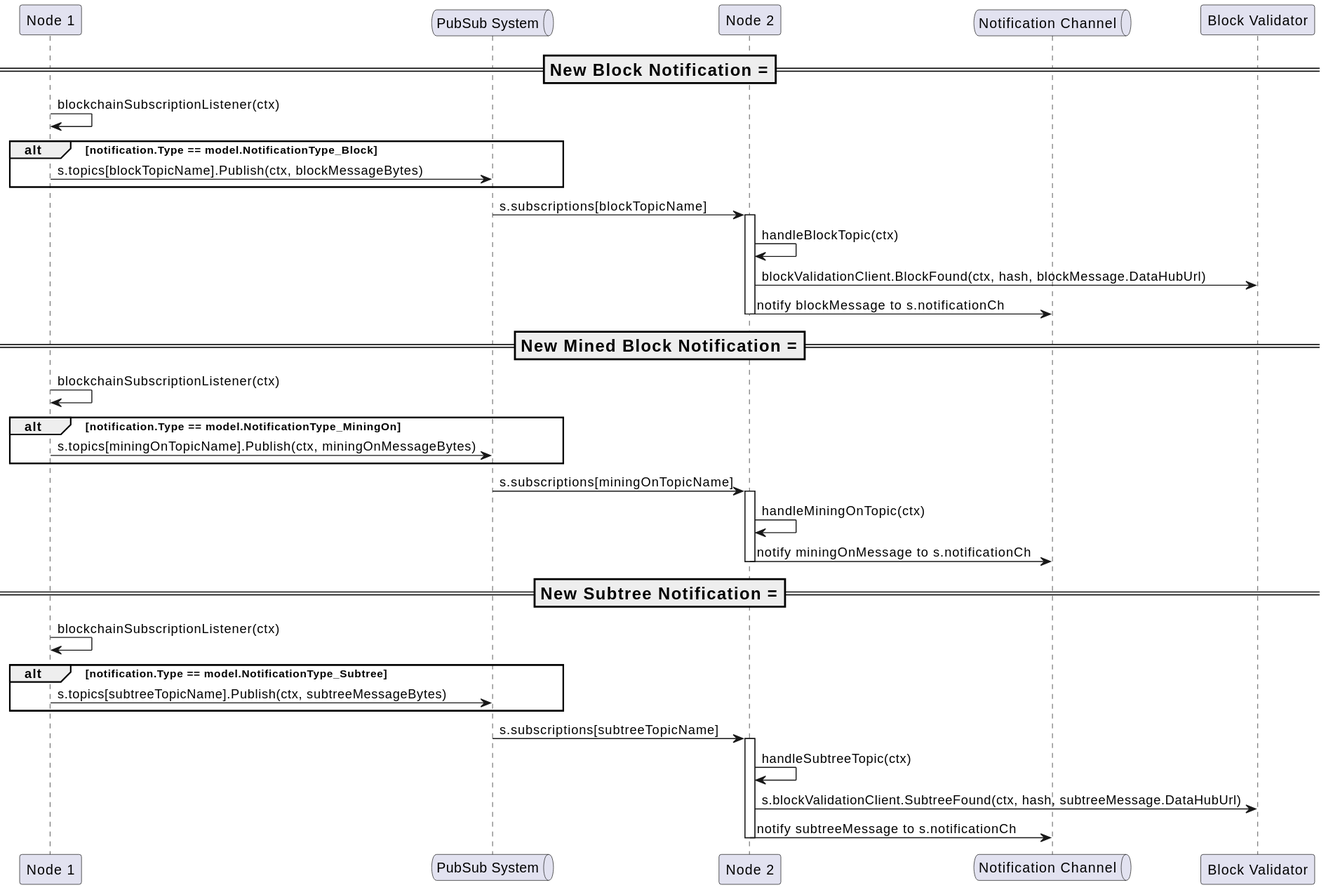
This is docs/services/img/plantuml/p2p/p2p_blockchain_subscription.svg from freemans13/teranode, a PlantUML export, as it was before one commit. Its source is kept beside it as docs/services/img/plantuml/p2p/p2p_blockchain_subscription.puml.
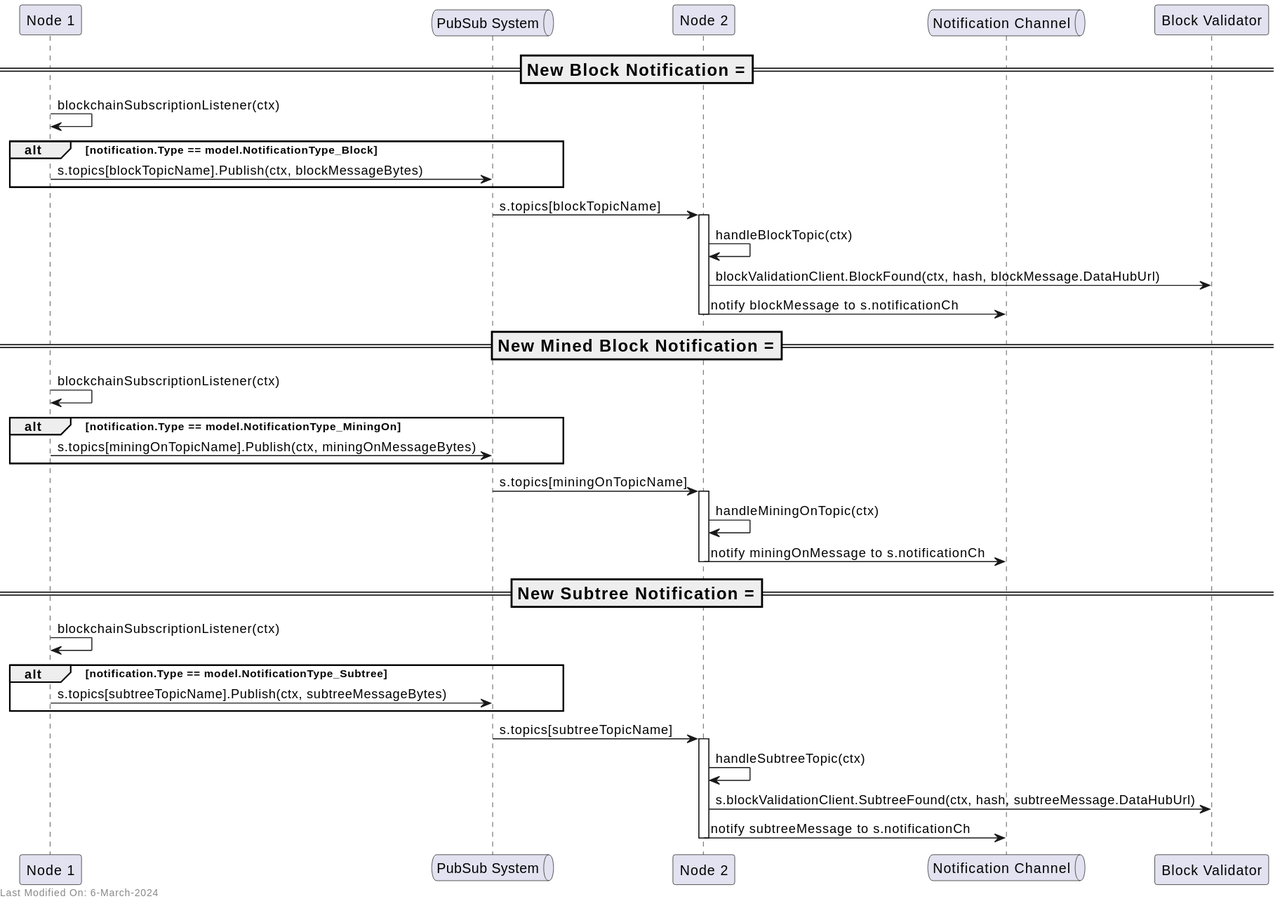
After the change.

What changed in the source:
```diff
@@ -12,7 +12,7 @@
     Node1 -> PubSub: s.topics[blockTopicName].Publish(ctx, blockMessageBytes)
 end
 
-PubSub -> Node2: s.subscriptions[blockTopicName]
+PubSub -> Node2: s.topics[blockTopicName]
 activate Node2
 Node2 -> Node2: handleBlockTopic(ctx)
 Node2 -> BlockValidationClient: blockValidationClient.BlockFound(ctx, hash, blockMessage.DataHubUrl)
@@ -25,7 +25,7 @@
     Node1 -> PubSub: s.topics[miningOnTopicName].Publish(ctx, miningOnMessageBytes)
 end
 
-PubSub -> Node2: s.subscriptions[miningOnTopicName]
+PubSub -> Node2: s.topics[miningOnTopicName]
 activate Node2
 Node2 -> Node2: handleMiningOnTopic(ctx)
 Node2 -> notificationChannel: notify miningOnMessage to s.notificationCh
@@ -37,11 +37,13 @@
     Node1 -> PubSub: s.topics[subtreeTopicName].Publish(ctx, subtreeMessageBytes)
 end
 
-PubSub -> Node2: s.subscriptions[subtreeTopicName]
+PubSub -> Node2: s.topics[subtreeTopicName]
 activate Node2
 Node2 -> Node2: handleSubtreeTopic(ctx)
 Node2 -> BlockValidationClient: s.blockValidationClient.SubtreeFound(ctx, hash, subtreeMessage.DataHubUrl)
 Node2 -> notificationChannel: notify subtreeMessage to s.notificationCh
 deactivate Node2
 
+left footer Last Modified On: 6-March-2024
+
 @enduml
```
